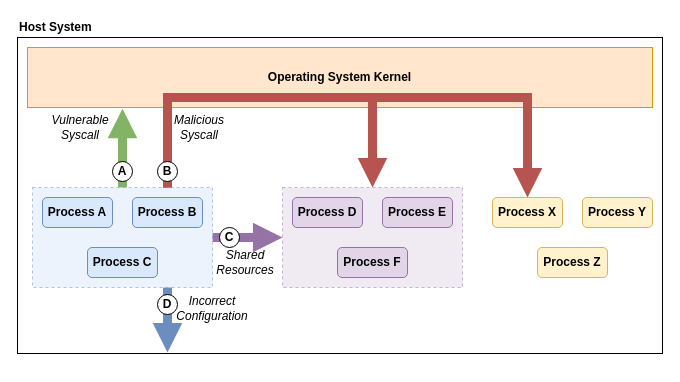
Earlier version of the draw.io diagram thesis/figs/background/drawio/container_security.drawio (willfindlay/masters-thesis). Source tidied: cells renumbered, new cells numbered last; positions are measured from the earlier drawing's top-left corner, leaving out a move shared by most shapes. Both pictures are drawn from the tidied source at 100%, with x=0, y=0 at pixel (17, 17).
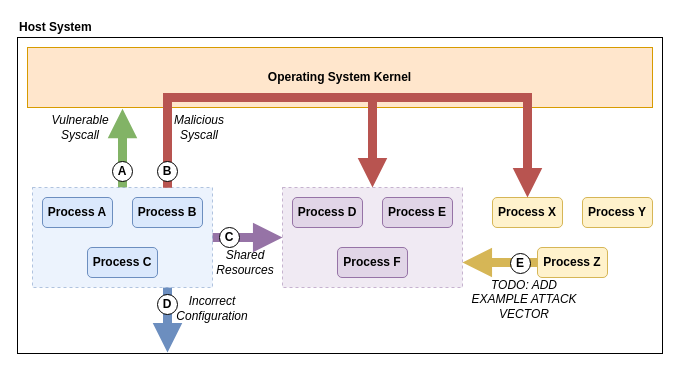
The same diagram, later.

Unchanged cells that the change refers to:
```xml
<mxCell id="10" style="rounded=0;whiteSpace=wrap;html=1;fillColor=#e1d5e7;strokeColor=#9673a6;dashed=1;opacity=50;" parent="1" vertex="1">
  <mxGeometry x="265" y="170" width="180" height="100" as="geometry" />
</mxCell>
<mxCell id="16" value="Process Z" style="rounded=1;whiteSpace=wrap;html=1;fillColor=#fff2cc;strokeColor=#d6b656;fontStyle=1;" parent="1" vertex="1">
  <mxGeometry x="520" y="230" width="70" height="30" as="geometry" />
</mxCell>
```

What changed in the source:
```diff
@@
+    <mxCell id="29" style="edgeStyle=orthogonalEdgeStyle;rounded=0;jettySize=auto;html=1;exitX=0;exitY=0.5;exitDx=0;exitDy=0;entryX=1;entryY=0.75;entryDx=0;entryDy=0;endArrow=block;endFill=1;strokeWidth=9;fillColor=#fff2cc;strokeColor=#d6b656;" parent="1" edge="1" source="16" target="10">
+      <mxGeometry relative="1" as="geometry" />
+    </mxCell>
@@
+    <mxCell id="30" value="E" style="ellipse;whiteSpace=wrap;html=1;align=center;fontStyle=1;" parent="1" vertex="1">
+      <mxGeometry x="493" y="236" width="20" height="20" as="geometry" />
+    </mxCell>
+    <mxCell id="31" value="TODO: ADD EXAMPLE ATTACK VECTOR" style="text;html=1;strokeColor=none;fillColor=none;align=center;verticalAlign=middle;whiteSpace=wrap;rounded=0;fontStyle=2;" parent="1" vertex="1">
+      <mxGeometry x="447.5" y="277" width="117.5" height="10" as="geometry" />
+    </mxCell>
```
